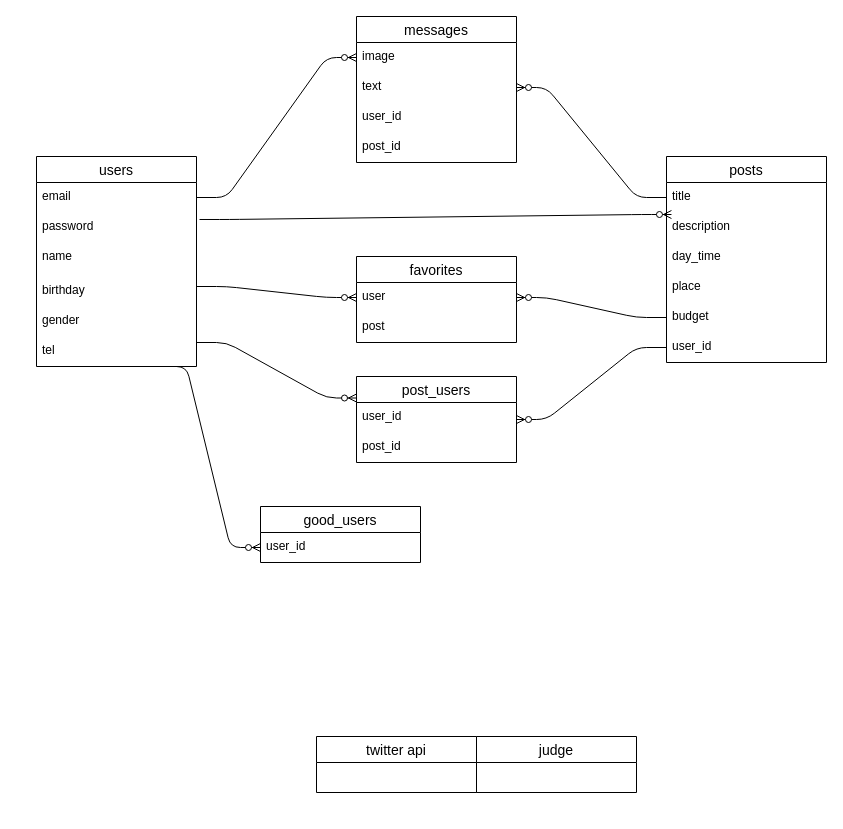
Above: oriapp2.dio in koyama1058/oriapp (draw.io), before the change. Source tidied: cells renumbered, new cells numbered last; positions are measured from the earlier drawing's top-left corner, leaving out a move shared by most shapes. Both pictures are drawn from the tidied source at 100%, with x=0, y=0 at pixel (36, 16).
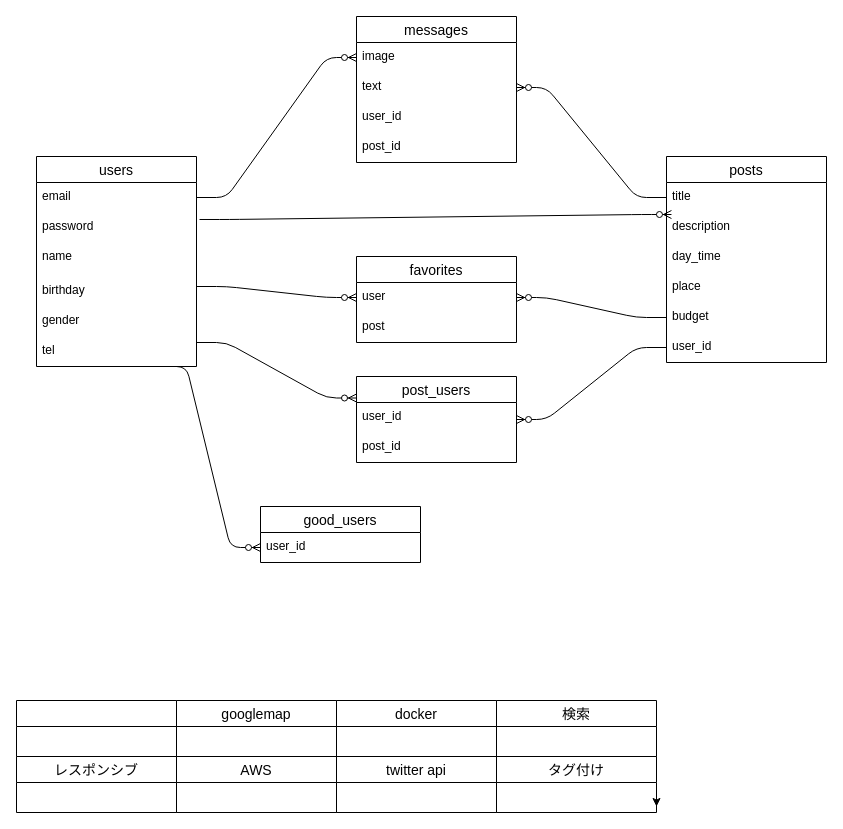
After the change.

Commit message (it also covers changes not shown here):
ユーザーいいねボタンの実装

Diff of the diagram source:
```diff
@@
-    <mxCell id="5" value="judge" style="swimlane;fontStyle=0;horizontal=1;startSize=26;align=center;fontSize=14;" parent="1" vertex="1">
-      <mxGeometry x="440" y="720" width="160" height="56" as="geometry" />
-    </mxCell>
@@
-    <mxCell id="24" value="twitter api" style="swimlane;fontStyle=0;horizontal=1;startSize=26;align=center;fontSize=14;" parent="1" vertex="1">
-      <mxGeometry x="280" y="720" width="160" height="56" as="geometry" />
-    </mxCell>
@@
+    <mxCell id="39" style="edgeStyle=orthogonalEdgeStyle;rounded=0;jettySize=auto;html=1;exitX=1;exitY=0.75;exitDx=0;exitDy=0;" parent="1" edge="1" source="41">
+      <mxGeometry relative="1" as="geometry">
+        <mxPoint x="620" y="790" as="targetPoint" />
+      </mxGeometry>
+    </mxCell>
+    <mxCell id="40" value="検索" style="swimlane;fontStyle=0;horizontal=1;startSize=26;align=center;fontSize=14;" parent="1" vertex="1">
+      <mxGeometry x="460" y="684" width="160" height="56" as="geometry" />
+    </mxCell>
+    <mxCell id="41" value="タグ付け" style="swimlane;fontStyle=0;horizontal=1;startSize=26;align=center;fontSize=14;" parent="1" vertex="1">
+      <mxGeometry x="460" y="740" width="160" height="56" as="geometry" />
+    </mxCell>
+    <mxCell id="24" value="twitter api" style="swimlane;fontStyle=0;horizontal=1;startSize=26;align=center;fontSize=14;" parent="1" vertex="1">
+      <mxGeometry x="300" y="740" width="160" height="56" as="geometry" />
+    </mxCell>
+    <mxCell id="42" value="docker" style="swimlane;fontStyle=0;horizontal=1;startSize=26;align=center;fontSize=14;" parent="1" vertex="1">
+      <mxGeometry x="300" y="684" width="160" height="56" as="geometry" />
+    </mxCell>
+    <mxCell id="5" value="AWS" style="swimlane;fontStyle=0;horizontal=1;startSize=26;align=center;fontSize=14;" parent="1" vertex="1">
+      <mxGeometry x="140" y="740" width="160" height="56" as="geometry" />
+    </mxCell>
+    <mxCell id="43" value="googlemap" style="swimlane;fontStyle=0;horizontal=1;startSize=26;align=center;fontSize=14;" parent="1" vertex="1">
+      <mxGeometry x="140" y="684" width="160" height="56" as="geometry" />
+    </mxCell>
+    <mxCell id="44" style="swimlane;fontStyle=0;horizontal=1;startSize=26;align=center;fontSize=14;" parent="1" vertex="1">
+      <mxGeometry x="-20" y="684" width="160" height="56" as="geometry" />
+    </mxCell>
+    <mxCell id="45" value="レスポンシブ" style="swimlane;fontStyle=0;horizontal=1;startSize=26;align=center;fontSize=14;" parent="1" vertex="1">
+      <mxGeometry x="-20" y="740" width="160" height="56" as="geometry" />
+    </mxCell>
```
